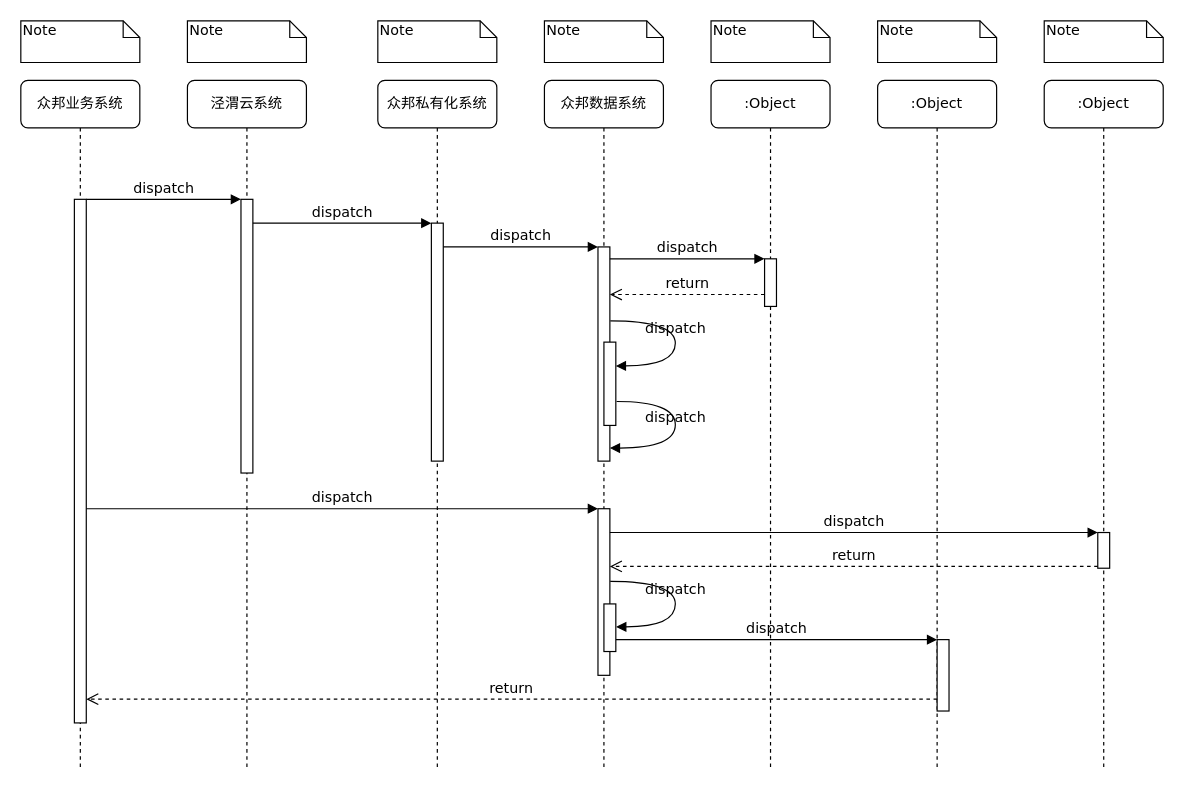
Colin007/diagrams keeps this draw.io diagram as 未命名绘图.drawio. Above is the earlier version. Source tidied: cells renumbered, new cells numbered last; positions are measured from the earlier drawing's top-left corner, leaving out a move shared by most shapes. Both pictures are drawn from the tidied source at 119%, with x=0, y=0 at pixel (20, 20).
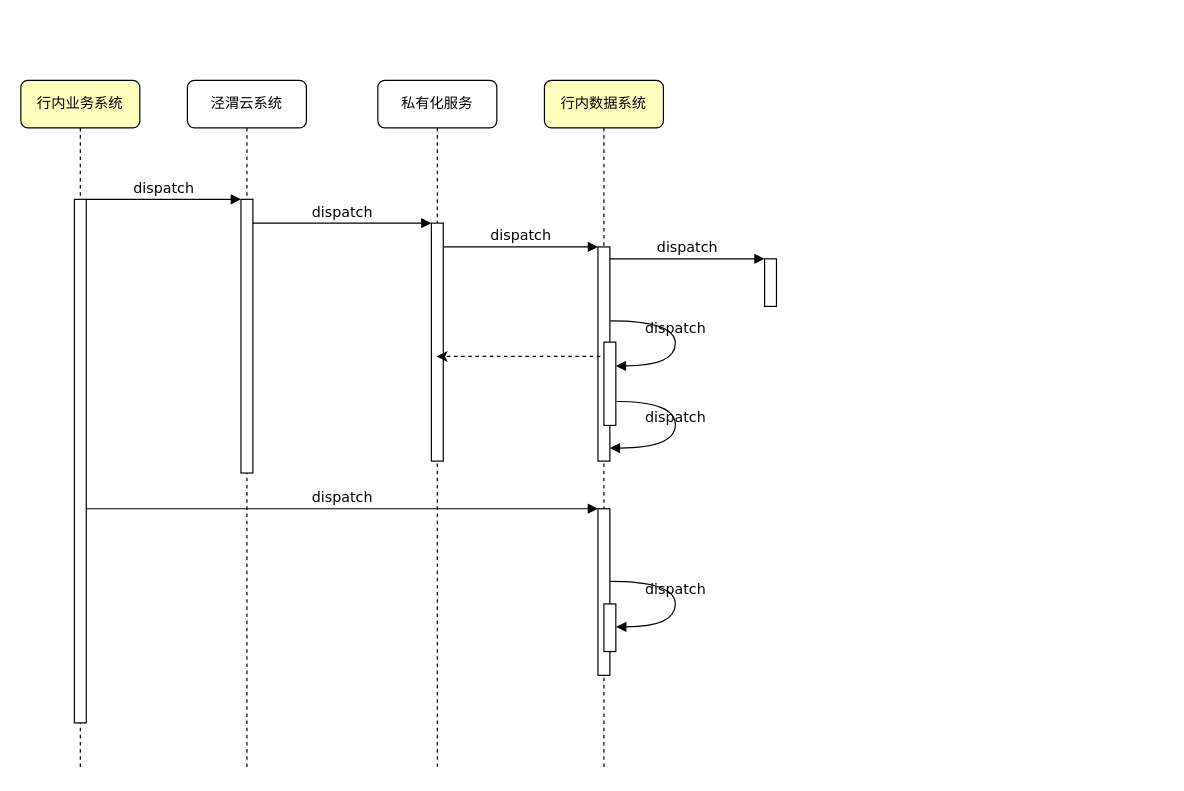
After the change.

Unchanged cells that the change refers to:
```xml
<mxCell id="11" style="html=1;points=[];perimeter=orthogonalPerimeter;rounded=0;shadow=0;comic=0;labelBackgroundColor=none;strokeWidth=1;fontFamily=Verdana;fontSize=12;align=center;" parent="10" vertex="1">
  <mxGeometry x="45" y="100" width="10" height="440" as="geometry" />
</mxCell>
<mxCell id="12" style="html=1;points=[];perimeter=orthogonalPerimeter;rounded=0;shadow=0;comic=0;labelBackgroundColor=none;strokeWidth=1;fontFamily=Verdana;fontSize=12;align=center;" parent="1" vertex="1">
  <mxGeometry x="485" y="190" width="10" height="180" as="geometry" />
</mxCell>
<mxCell id="14" style="html=1;points=[];perimeter=orthogonalPerimeter;rounded=0;shadow=0;comic=0;labelBackgroundColor=none;strokeWidth=1;fontFamily=Verdana;fontSize=12;align=center;" parent="1" vertex="1">
  <mxGeometry x="625" y="200" width="10" height="40" as="geometry" />
</mxCell>
<mxCell id="17" style="html=1;points=[];perimeter=orthogonalPerimeter;rounded=0;shadow=0;comic=0;labelBackgroundColor=none;strokeWidth=1;fontFamily=Verdana;fontSize=12;align=center;" parent="1" vertex="1">
  <mxGeometry x="485" y="410" width="10" height="140" as="geometry" />
</mxCell>
<mxCell id="30" style="html=1;points=[];perimeter=orthogonalPerimeter;rounded=0;shadow=0;comic=0;labelBackgroundColor=none;strokeWidth=1;fontFamily=Verdana;fontSize=12;align=center;" parent="1" vertex="1">
  <mxGeometry x="490" y="490" width="10" height="40" as="geometry" />
</mxCell>
```

Diff of the diagram source:
```diff
@@
-    <mxCell id="4" value="众邦私有化系统" style="shape=umlLifeline;perimeter=lifelinePerimeter;whiteSpace=wrap;html=1;outlineConnect=0;rounded=1;shadow=0;comic=0;labelBackgroundColor=none;strokeWidth=1;fontFamily=Verdana;fontSize=12;align=center;" parent="1" vertex="1">
+    <mxCell id="4" value="私有化服务" style="shape=umlLifeline;perimeter=lifelinePerimeter;whiteSpace=wrap;html=1;outlineConnect=0;rounded=1;shadow=0;comic=0;labelBackgroundColor=none;strokeWidth=1;fontFamily=Verdana;fontSize=12;align=center;" parent="1" vertex="1">
       <mxGeometry x="300" y="50" width="100" height="580" as="geometry" />
     </mxCell>
@@
-    <mxCell id="6" value="众邦数据系统" style="shape=umlLifeline;perimeter=lifelinePerimeter;whiteSpace=wrap;html=1;rounded=1;shadow=0;comic=0;labelBackgroundColor=none;strokeWidth=1;fontFamily=Verdana;fontSize=12;align=center;" parent="1" vertex="1">
+    <mxCell id="6" value="行内数据系统" style="shape=umlLifeline;perimeter=lifelinePerimeter;whiteSpace=wrap;html=1;rounded=1;shadow=0;comic=0;labelBackgroundColor=none;strokeWidth=1;fontFamily=Verdana;fontSize=12;align=center;fillColor=#FFFEBD;" parent="1" vertex="1">
       <mxGeometry x="440" y="50" width="100" height="580" as="geometry" />
     </mxCell>
-    <mxCell id="7" value=":Object" style="shape=umlLifeline;perimeter=lifelinePerimeter;whiteSpace=wrap;html=1;rounded=1;shadow=0;comic=0;labelBackgroundColor=none;strokeWidth=1;fontFamily=Verdana;fontSize=12;align=center;" parent="1" vertex="1">
-      <mxGeometry x="580" y="50" width="100" height="580" as="geometry" />
-    </mxCell>
-    <mxCell id="8" value=":Object" style="shape=umlLifeline;perimeter=lifelinePerimeter;whiteSpace=wrap;html=1;rounded=1;shadow=0;comic=0;labelBackgroundColor=none;strokeWidth=1;fontFamily=Verdana;fontSize=12;align=center;" parent="1" vertex="1">
-      <mxGeometry x="720" y="50" width="100" height="580" as="geometry" />
-    </mxCell>
-    <mxCell id="9" value=":Object" style="shape=umlLifeline;perimeter=lifelinePerimeter;whiteSpace=wrap;html=1;rounded=1;shadow=0;comic=0;labelBackgroundColor=none;strokeWidth=1;fontFamily=Verdana;fontSize=12;align=center;" parent="1" vertex="1">
-      <mxGeometry x="860" y="50" width="100" height="580" as="geometry" />
-    </mxCell>
-    <mxCell id="10" value="众邦业务系统" style="shape=umlLifeline;perimeter=lifelinePerimeter;whiteSpace=wrap;html=1;rounded=1;shadow=0;comic=0;labelBackgroundColor=none;strokeWidth=1;fontFamily=Verdana;fontSize=12;align=center;" parent="1" vertex="1">
+    <mxCell id="10" value="行内业务系统" style="shape=umlLifeline;perimeter=lifelinePerimeter;whiteSpace=wrap;html=1;rounded=1;shadow=0;comic=0;labelBackgroundColor=none;strokeWidth=1;fontFamily=Verdana;fontSize=12;align=center;fillColor=#FFFEBD;" parent="1" vertex="1">
       <mxGeometry y="50" width="100" height="580" as="geometry" />
     </mxCell>
@@
-    <mxCell id="16" value="return" style="html=1;verticalAlign=bottom;endArrow=open;dashed=1;endSize=8;labelBackgroundColor=none;fontFamily=Verdana;fontSize=12;edgeStyle=elbowEdgeStyle;elbow=vertical;" parent="1" edge="1" source="14" target="12">
-      <mxGeometry relative="1" as="geometry">
-        <Array as="points">
-          <mxPoint x="570" y="230" />
-          <mxPoint x="600" y="230" />
-        </Array>
-      </mxGeometry>
-    </mxCell>
@@
-    <mxCell id="19" style="html=1;points=[];perimeter=orthogonalPerimeter;rounded=0;shadow=0;comic=0;labelBackgroundColor=none;strokeColor=#000000;strokeWidth=1;fillColor=#FFFFFF;fontFamily=Verdana;fontSize=12;fontColor=#000000;align=center;" parent="1" vertex="1">
-      <mxGeometry x="905" y="430" width="10" height="30" as="geometry" />
-    </mxCell>
-    <mxCell id="20" value="dispatch" style="html=1;verticalAlign=bottom;endArrow=block;entryX=0;entryY=0;labelBackgroundColor=none;fontFamily=Verdana;fontSize=12;" parent="1" edge="1" source="17" target="19">
-      <mxGeometry relative="1" as="geometry" />
-    </mxCell>
-    <mxCell id="21" value="return" style="html=1;verticalAlign=bottom;endArrow=open;dashed=1;endSize=8;exitX=0;exitY=0.95;labelBackgroundColor=none;fontFamily=Verdana;fontSize=12;" parent="1" edge="1" source="19" target="17">
-      <mxGeometry relative="1" as="geometry" />
-    </mxCell>
-    <mxCell id="22" style="html=1;points=[];perimeter=orthogonalPerimeter;rounded=0;shadow=0;comic=0;labelBackgroundColor=none;strokeWidth=1;fontFamily=Verdana;fontSize=12;align=center;" parent="1" vertex="1">
-      <mxGeometry x="770" y="520" width="10" height="60" as="geometry" />
-    </mxCell>
-    <mxCell id="23" value="dispatch" style="html=1;verticalAlign=bottom;endArrow=block;entryX=0;entryY=0;labelBackgroundColor=none;fontFamily=Verdana;fontSize=12;edgeStyle=elbowEdgeStyle;elbow=vertical;" parent="1" edge="1" source="30" target="22">
-      <mxGeometry relative="1" as="geometry" />
-    </mxCell>
-    <mxCell id="24" value="return" style="html=1;verticalAlign=bottom;endArrow=open;dashed=1;endSize=8;labelBackgroundColor=none;fontFamily=Verdana;fontSize=12;edgeStyle=elbowEdgeStyle;elbow=vertical;" parent="1" edge="1" source="22" target="11">
-      <mxGeometry relative="1" as="geometry">
-        <Array as="points">
-          <mxPoint x="470" y="570" />
-        </Array>
-      </mxGeometry>
-    </mxCell>
@@
-    <mxCell id="32" value="Note" style="shape=note;whiteSpace=wrap;html=1;size=14;verticalAlign=top;align=left;spacingTop=-6;rounded=0;shadow=0;comic=0;labelBackgroundColor=none;strokeWidth=1;fontFamily=Verdana;fontSize=12;" parent="1" vertex="1">
-      <mxGeometry width="100" height="35" as="geometry" />
-    </mxCell>
-    <mxCell id="33" value="Note" style="shape=note;whiteSpace=wrap;html=1;size=14;verticalAlign=top;align=left;spacingTop=-6;rounded=0;shadow=0;comic=0;labelBackgroundColor=none;strokeWidth=1;fontFamily=Verdana;fontSize=12;" parent="1" vertex="1">
-      <mxGeometry x="140" width="100" height="35" as="geometry" />
-    </mxCell>
-    <mxCell id="34" value="Note" style="shape=note;whiteSpace=wrap;html=1;size=14;verticalAlign=top;align=left;spacingTop=-6;rounded=0;shadow=0;comic=0;labelBackgroundColor=none;strokeWidth=1;fontFamily=Verdana;fontSize=12;" parent="1" vertex="1">
-      <mxGeometry x="300" width="100" height="35" as="geometry" />
-    </mxCell>
-    <mxCell id="35" value="Note" style="shape=note;whiteSpace=wrap;html=1;size=14;verticalAlign=top;align=left;spacingTop=-6;rounded=0;shadow=0;comic=0;labelBackgroundColor=none;strokeWidth=1;fontFamily=Verdana;fontSize=12;" parent="1" vertex="1">
-      <mxGeometry x="440" width="100" height="35" as="geometry" />
-    </mxCell>
-    <mxCell id="36" value="Note" style="shape=note;whiteSpace=wrap;html=1;size=14;verticalAlign=top;align=left;spacingTop=-6;rounded=0;shadow=0;comic=0;labelBackgroundColor=none;strokeWidth=1;fontFamily=Verdana;fontSize=12;" parent="1" vertex="1">
-      <mxGeometry x="580" width="100" height="35" as="geometry" />
-    </mxCell>
-    <mxCell id="37" value="Note" style="shape=note;whiteSpace=wrap;html=1;size=14;verticalAlign=top;align=left;spacingTop=-6;rounded=0;shadow=0;comic=0;labelBackgroundColor=none;strokeWidth=1;fontFamily=Verdana;fontSize=12;" parent="1" vertex="1">
-      <mxGeometry x="720" width="100" height="35" as="geometry" />
-    </mxCell>
-    <mxCell id="38" value="Note" style="shape=note;whiteSpace=wrap;html=1;size=14;verticalAlign=top;align=left;spacingTop=-6;rounded=0;shadow=0;comic=0;labelBackgroundColor=none;strokeWidth=1;fontFamily=Verdana;fontSize=12;" parent="1" vertex="1">
-      <mxGeometry x="860" width="100" height="35" as="geometry" />
-    </mxCell>
+    <mxCell id="39" style="endArrow=classic;html=1;rounded=0;exitX=0.2;exitY=0.511;exitDx=0;exitDy=0;exitPerimeter=0;dashed=1;" parent="1" edge="1" source="12" target="4">
+      <mxGeometry relative="1" as="geometry" />
+    </mxCell>
```
